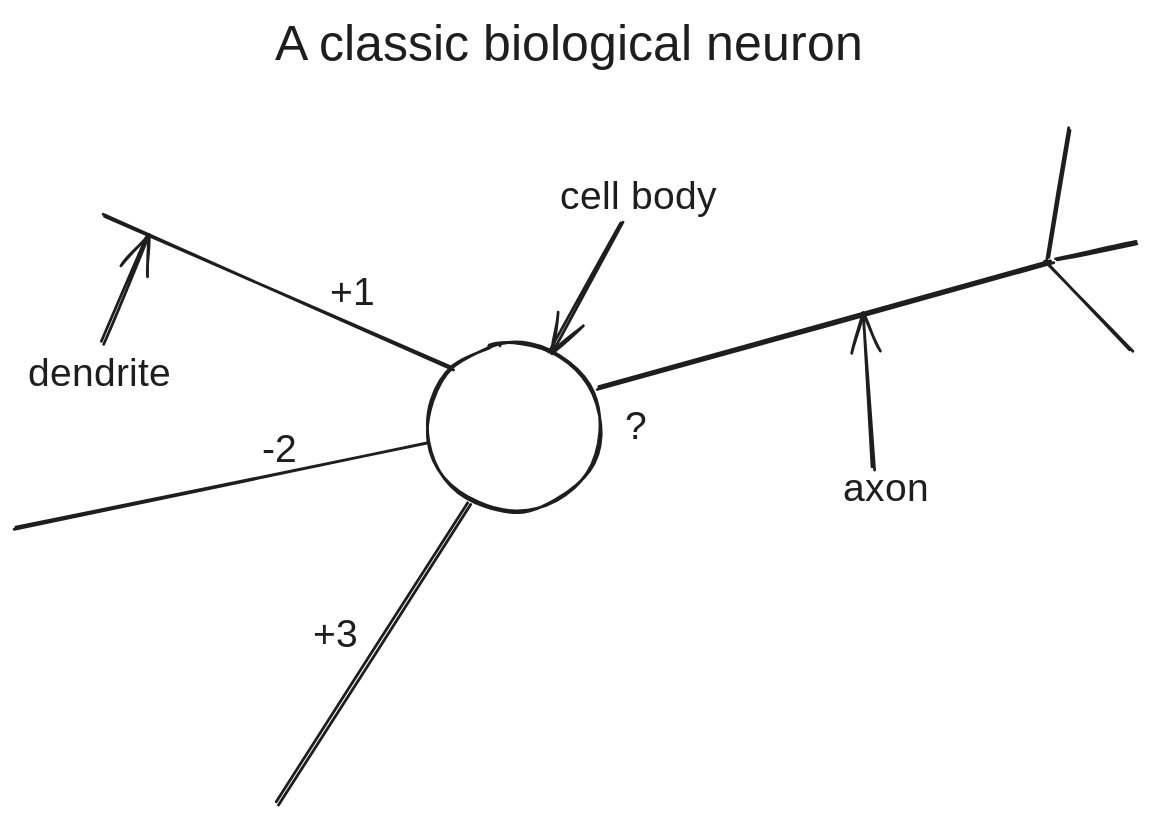
elhidraouij/boost-your-code keeps this Excalidraw diagram as assets/biological_neuron.excalidraw.svg. Above is the earlier version. Source tidied: one line per element, renumbered; positions are measured from the earlier drawing's top-left corner, leaving out a move shared by most shapes.
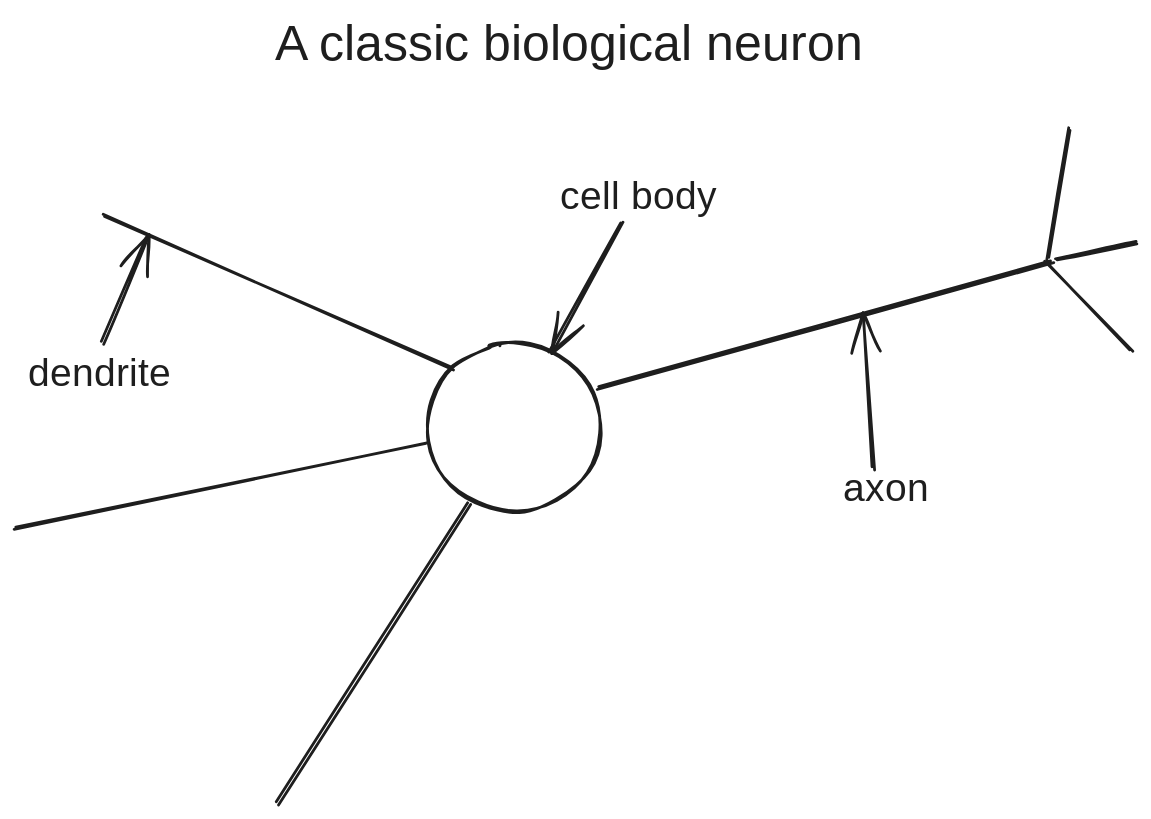
Later version of the same file.

Change to the diagram source:
```diff
@@ -13,7 +13,3 @@
 {"id": 12, "type": "text", "text": "axon", "strokeColor": "#1e1e1e", "strokeWidth": 2, "roughness": 1, "fontSize": 28, "fontFamily": 1, "x": 590, "y": 323, "width": 63, "height": 35}
 {"id": 13, "type": "arrow", "strokeColor": "#1e1e1e", "strokeWidth": 2, "roughness": 1, "endArrowhead": "arrow", "round": true, "from": 12, "x": 612, "y": 324, "width": 8, "height": 110, "points": [[0, 0], [-8, -110]]}
 {"id": 14, "type": "text", "text": "A classic biological neuron", "strokeColor": "#1e1e1e", "strokeWidth": 2, "roughness": 1, "fontSize": 36, "fontFamily": 1, "x": 185, "y": 0, "width": 456, "height": 45}
-{"id": 15, "type": "text", "text": "+1", "strokeColor": "#1e1e1e", "strokeWidth": 2, "roughness": 1, "fontSize": 28, "fontFamily": 1, "x": 224, "y": 183, "width": 25, "height": 35}
-{"id": 16, "type": "text", "text": "-2", "strokeColor": "#1e1e1e", "strokeWidth": 2, "roughness": 1, "fontSize": 28, "fontFamily": 1, "x": 175, "y": 295, "width": 31, "height": 35}
-{"id": 17, "type": "text", "text": "+3", "strokeColor": "#1e1e1e", "strokeWidth": 2, "roughness": 1, "fontSize": 28, "fontFamily": 1, "x": 212, "y": 427, "width": 37, "height": 35}
-{"id": 18, "type": "text", "text": "?", "strokeColor": "#1e1e1e", "strokeWidth": 2, "roughness": 1, "fontSize": 28, "fontFamily": 1, "x": 435, "y": 279, "width": 13, "height": 35}
```
